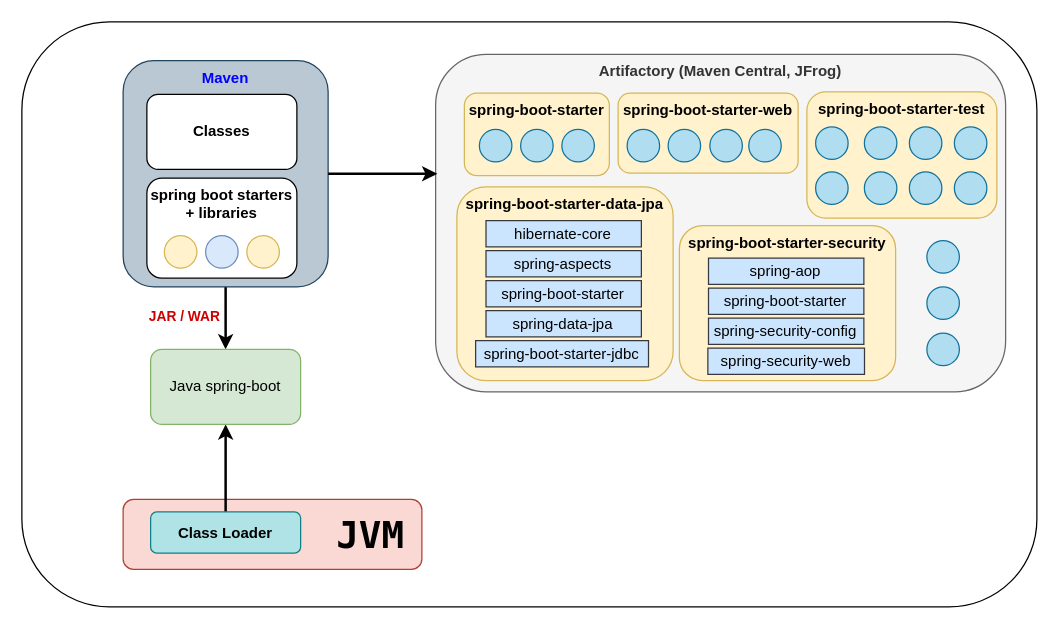
The draw.io diagram page "spring-boot-application" (3 of 9) of diagrams/spring.drawio in PreCyz/spring-and-boot-auto-configurer, before the edit. Source tidied: cells renumbered, new cells numbered last; positions are measured from the earlier drawing's top-left corner, leaving out a move shared by most shapes. Both pictures are drawn from the tidied source at 125%, with x=0, y=0 at pixel (21, 21).
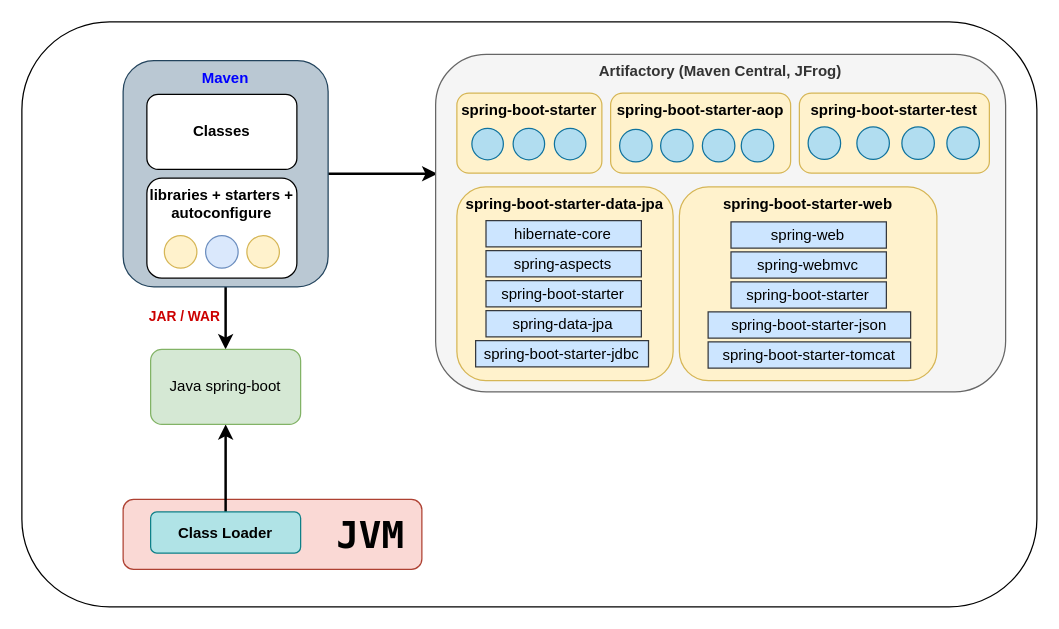
Above is the later version.

Commit message (it also covers changes not shown here):
Update to the starter and autoconfigure.

Change to the diagram source:
```diff
@@
-    <mxCell id="8" style="group;" parent="1" vertex="1">
-      <mxGeometry x="81" y="31" width="164" height="181" as="geometry" />
-    </mxCell>
-    <mxCell id="9" value="Maven" style="rounded=1;whiteSpace=wrap;html=1;verticalAlign=top;fontStyle=1;fillColor=#bac8d3;strokeColor=#23445d;fontColor=#0000FF;" parent="8" vertex="1">
-      <mxGeometry width="164" height="181" as="geometry" />
-    </mxCell>
-    <mxCell id="10" value="Classes" style="rounded=1;whiteSpace=wrap;html=1;fontStyle=1;" parent="8" vertex="1">
-      <mxGeometry x="19" y="27" width="120" height="60" as="geometry" />
-    </mxCell>
-    <mxCell id="11" style="group;" parent="8" vertex="1">
-      <mxGeometry x="19" y="94" width="120" height="80" as="geometry" />
-    </mxCell>
-    <mxCell id="12" value="spring boot starters + libraries" style="rounded=1;whiteSpace=wrap;html=1;verticalAlign=top;fontStyle=1;" parent="11" vertex="1">
-      <mxGeometry width="120" height="80" as="geometry" />
-    </mxCell>
-    <mxCell id="13" style="ellipse;whiteSpace=wrap;html=1;fillColor=#fff2cc;strokeColor=#d6b656;" parent="11" vertex="1">
-      <mxGeometry x="14" y="46" width="26" height="26" as="geometry" />
-    </mxCell>
-    <mxCell id="14" style="ellipse;whiteSpace=wrap;html=1;fillColor=#dae8fc;strokeColor=#6c8ebf;" parent="11" vertex="1">
-      <mxGeometry x="47" y="46" width="26" height="26" as="geometry" />
-    </mxCell>
-    <mxCell id="15" style="ellipse;whiteSpace=wrap;html=1;fillColor=#fff2cc;strokeColor=#d6b656;" parent="11" vertex="1">
-      <mxGeometry x="80" y="46" width="26" height="26" as="geometry" />
-    </mxCell>
-    <mxCell id="16" style="group;" parent="1" vertex="1">
-      <mxGeometry x="331" y="26" width="456" height="270" as="geometry" />
-    </mxCell>
+    <mxCell id="55" style="edgeStyle=orthogonalEdgeStyle;rounded=0;jettySize=auto;html=1;entryX=0.003;entryY=0.354;entryDx=0;entryDy=0;entryPerimeter=0;strokeWidth=2;" parent="1" edge="1" source="9" target="17">
+      <mxGeometry relative="1" as="geometry" />
+    </mxCell>
-    <mxCell id="17" value="Artifactory (Maven Central, JFrog)" style="rounded=1;whiteSpace=wrap;html=1;verticalAlign=top;fontStyle=1;fillColor=#f5f5f5;fontColor=#333333;strokeColor=#666666;" parent="16" vertex="1">
-      <mxGeometry width="456" height="270" as="geometry" />
+    <mxCell id="17" value="Artifactory (Maven Central, JFrog)" style="rounded=1;whiteSpace=wrap;html=1;verticalAlign=top;fontStyle=1;fillColor=#f5f5f5;fontColor=#333333;strokeColor=#666666;" parent="1" vertex="1">
+      <mxGeometry x="331" y="26" width="456" height="270" as="geometry" />
     </mxCell>
-    <mxCell id="18" style="group;" parent="16" vertex="1">
-      <mxGeometry x="23" y="31" width="116" height="66" as="geometry" />
+    <mxCell id="18" style="group;" parent="1" vertex="1">
+      <mxGeometry x="348" y="57" width="133" height="64" as="geometry" />
     </mxCell>
     <mxCell id="19" value="spring-boot-starter" style="rounded=1;whiteSpace=wrap;html=1;fillColor=#fff2cc;strokeColor=#d6b656;verticalAlign=top;fontStyle=1;" parent="18" vertex="1">
-      <mxGeometry width="116" height="66" as="geometry" />
+      <mxGeometry width="116" height="64" as="geometry" />
     </mxCell>
     <mxCell id="20" style="ellipse;whiteSpace=wrap;html=1;fillColor=#b1ddf0;strokeColor=#10739e;fontStyle=1;" parent="18" vertex="1">
-      <mxGeometry x="12" y="29" width="26" height="26" as="geometry" />
+      <mxGeometry x="12" y="28.1" width="25.2" height="25.2" as="geometry" />
     </mxCell>
     <mxCell id="21" style="ellipse;whiteSpace=wrap;html=1;fillColor=#b1ddf0;strokeColor=#10739e;fontStyle=1;" parent="18" vertex="1">
-      <mxGeometry x="45" y="29" width="26" height="26" as="geometry" />
+      <mxGeometry x="45" y="28.1" width="25.2" height="25.2" as="geometry" />
     </mxCell>
     <mxCell id="22" style="ellipse;whiteSpace=wrap;html=1;fillColor=#b1ddf0;strokeColor=#10739e;fontStyle=1;" parent="18" vertex="1">
-      <mxGeometry x="78" y="29" width="26" height="26" as="geometry" />
+      <mxGeometry x="78" y="28.1" width="25.2" height="25.2" as="geometry" />
     </mxCell>
-    <mxCell id="23" style="group;" parent="16" vertex="1">
-      <mxGeometry x="146" y="31" width="144" height="64" as="geometry" />
+    <mxCell id="23" style="group;" parent="1" vertex="1">
+      <mxGeometry x="471" y="57" width="144" height="64" as="geometry" />
     </mxCell>
-    <mxCell id="24" value="spring-boot-starter-web" style="rounded=1;whiteSpace=wrap;html=1;fillColor=#fff2cc;strokeColor=#d6b656;verticalAlign=top;fontStyle=1;" parent="23" vertex="1">
+    <mxCell id="24" value="spring-boot-starter-aop" style="rounded=1;whiteSpace=wrap;html=1;fillColor=#fff2cc;strokeColor=#d6b656;verticalAlign=top;fontStyle=1;" parent="23" vertex="1">
       <mxGeometry width="144" height="64" as="geometry" />
     </mxCell>
@@
-    <mxCell id="29" style="group;" parent="16" vertex="1">
-      <mxGeometry x="17" y="106" width="173" height="155" as="geometry" />
+    <mxCell id="29" style="group;" parent="1" vertex="1">
+      <mxGeometry x="348" y="132" width="173" height="155" as="geometry" />
     </mxCell>
@@
-    <mxCell id="36" style="group;" parent="16" vertex="1">
-      <mxGeometry x="195" y="137" width="173" height="124" as="geometry" />
-    </mxCell>
+    <mxCell id="56" style="group;" parent="1" vertex="1">
+      <mxGeometry x="622" y="57" width="152" height="64" as="geometry" />
+    </mxCell>
+    <mxCell id="43" value="spring-boot-starter-test" style="rounded=1;whiteSpace=wrap;html=1;fillColor=#fff2cc;strokeColor=#d6b656;verticalAlign=top;fontStyle=1;" parent="56" vertex="1">
+      <mxGeometry width="152" height="64" as="geometry" />
+    </mxCell>
+    <mxCell id="44" style="ellipse;whiteSpace=wrap;html=1;fillColor=#b1ddf0;strokeColor=#10739e;" parent="56" vertex="1">
+      <mxGeometry x="7" y="27" width="26" height="26" as="geometry" />
+    </mxCell>
+    <mxCell id="45" style="ellipse;whiteSpace=wrap;html=1;fillColor=#b1ddf0;strokeColor=#10739e;" parent="56" vertex="1">
+      <mxGeometry x="46" y="27" width="26" height="26" as="geometry" />
+    </mxCell>
+    <mxCell id="46" style="ellipse;whiteSpace=wrap;html=1;fillColor=#b1ddf0;strokeColor=#10739e;" parent="56" vertex="1">
+      <mxGeometry x="82" y="27" width="26" height="26" as="geometry" />
+    </mxCell>
+    <mxCell id="50" style="ellipse;whiteSpace=wrap;html=1;fillColor=#b1ddf0;strokeColor=#10739e;" parent="56" vertex="1">
+      <mxGeometry x="118" y="27" width="26" height="26" as="geometry" />
+    </mxCell>
+    <mxCell id="57" style="group;" parent="1" vertex="1">
+      <mxGeometry x="526" y="132" width="206" height="155" as="geometry" />
+    </mxCell>
-    <mxCell id="37" value="spring-boot-starter-security" style="rounded=1;whiteSpace=wrap;html=1;fillColor=#fff2cc;strokeColor=#d6b656;verticalAlign=top;fontStyle=1;" parent="36" vertex="1">
-      <mxGeometry width="173" height="124" as="geometry" />
+    <mxCell id="37" value="spring-boot-starter-web" style="rounded=1;whiteSpace=wrap;html=1;fillColor=#fff2cc;strokeColor=#d6b656;verticalAlign=top;fontStyle=1;" parent="57" vertex="1">
+      <mxGeometry width="206" height="155" as="geometry" />
     </mxCell>
-    <mxCell id="38" value="spring-aop" style="rounded=0;whiteSpace=wrap;html=1;fillColor=#cce5ff;strokeColor=#36393d;fontStyle=0;" parent="36" vertex="1">
-      <mxGeometry x="23.3" y="26" width="124.3" height="21" as="geometry" />
+    <mxCell id="38" value="spring-webmvc" style="rounded=0;whiteSpace=wrap;html=1;fillColor=#cce5ff;strokeColor=#36393d;fontStyle=0;" parent="57" vertex="1">
+      <mxGeometry x="41.3" y="52" width="124.3" height="21" as="geometry" />
     </mxCell>
-    <mxCell id="39" value="spring-boot-starter" style="rounded=0;whiteSpace=wrap;html=1;fillColor=#cce5ff;strokeColor=#36393d;fontStyle=0;" parent="36" vertex="1">
-      <mxGeometry x="23.3" y="50" width="124.3" height="21" as="geometry" />
+    <mxCell id="39" value="spring-boot-starter" style="rounded=0;whiteSpace=wrap;html=1;fillColor=#cce5ff;strokeColor=#36393d;fontStyle=0;" parent="57" vertex="1">
+      <mxGeometry x="41.3" y="76" width="124.3" height="21" as="geometry" />
     </mxCell>
-    <mxCell id="40" value="spring-security-web" style="rounded=0;whiteSpace=wrap;html=1;fillColor=#cce5ff;strokeColor=#36393d;fontStyle=0;" parent="36" vertex="1">
-      <mxGeometry x="22.8" y="98" width="125.3" height="21" as="geometry" />
+    <mxCell id="40" value="spring-boot-starter-tomcat" style="rounded=0;whiteSpace=wrap;html=1;fillColor=#cce5ff;strokeColor=#36393d;fontStyle=0;" parent="57" vertex="1">
+      <mxGeometry x="23" y="124" width="162" height="21" as="geometry" />
     </mxCell>
-    <mxCell id="41" value="spring-security-config" style="rounded=0;whiteSpace=wrap;html=1;fillColor=#cce5ff;strokeColor=#36393d;fontStyle=0;" parent="36" vertex="1">
-      <mxGeometry x="23.3" y="74" width="124.3" height="21" as="geometry" />
+    <mxCell id="41" value="spring-boot-starter-json" style="rounded=0;whiteSpace=wrap;html=1;fillColor=#cce5ff;strokeColor=#36393d;fontStyle=0;" parent="57" vertex="1">
+      <mxGeometry x="23" y="100" width="162" height="21" as="geometry" />
     </mxCell>
-    <mxCell id="42" style="group;" parent="16" vertex="1">
-      <mxGeometry x="297" y="30" width="152" height="101" as="geometry" />
-    </mxCell>
-    <mxCell id="43" value="spring-boot-starter-test" style="rounded=1;whiteSpace=wrap;html=1;fillColor=#fff2cc;strokeColor=#d6b656;verticalAlign=top;fontStyle=1;" parent="42" vertex="1">
-      <mxGeometry width="152" height="101" as="geometry" />
-    </mxCell>
-    <mxCell id="44" style="ellipse;whiteSpace=wrap;html=1;fillColor=#b1ddf0;strokeColor=#10739e;" parent="42" vertex="1">
-      <mxGeometry x="7" y="28" width="26" height="26" as="geometry" />
-    </mxCell>
-    <mxCell id="45" style="ellipse;whiteSpace=wrap;html=1;fillColor=#b1ddf0;strokeColor=#10739e;" parent="42" vertex="1">
-      <mxGeometry x="46" y="28" width="26" height="26" as="geometry" />
-    </mxCell>
-    <mxCell id="46" style="ellipse;whiteSpace=wrap;html=1;fillColor=#b1ddf0;strokeColor=#10739e;" parent="42" vertex="1">
-      <mxGeometry x="82" y="28" width="26" height="26" as="geometry" />
-    </mxCell>
-    <mxCell id="47" style="ellipse;whiteSpace=wrap;html=1;fillColor=#b1ddf0;strokeColor=#10739e;" parent="42" vertex="1">
-      <mxGeometry x="7" y="64" width="26" height="26" as="geometry" />
-    </mxCell>
-    <mxCell id="48" style="ellipse;whiteSpace=wrap;html=1;fillColor=#b1ddf0;strokeColor=#10739e;" parent="42" vertex="1">
-      <mxGeometry x="46" y="64" width="26" height="26" as="geometry" />
-    </mxCell>
-    <mxCell id="49" style="ellipse;whiteSpace=wrap;html=1;fillColor=#b1ddf0;strokeColor=#10739e;" parent="42" vertex="1">
-      <mxGeometry x="82" y="64" width="26" height="26" as="geometry" />
-    </mxCell>
-    <mxCell id="50" style="ellipse;whiteSpace=wrap;html=1;fillColor=#b1ddf0;strokeColor=#10739e;" parent="42" vertex="1">
-      <mxGeometry x="118" y="28" width="26" height="26" as="geometry" />
-    </mxCell>
-    <mxCell id="51" style="ellipse;whiteSpace=wrap;html=1;fillColor=#b1ddf0;strokeColor=#10739e;" parent="42" vertex="1">
-      <mxGeometry x="118" y="64" width="26" height="26" as="geometry" />
-    </mxCell>
-    <mxCell id="52" style="ellipse;whiteSpace=wrap;html=1;fillColor=#b1ddf0;strokeColor=#10739e;fontStyle=1;" parent="16" vertex="1">
-      <mxGeometry x="393" y="149" width="26" height="26" as="geometry" />
-    </mxCell>
-    <mxCell id="53" style="ellipse;whiteSpace=wrap;html=1;fillColor=#b1ddf0;strokeColor=#10739e;fontStyle=1;" parent="16" vertex="1">
-      <mxGeometry x="393" y="186" width="26" height="26" as="geometry" />
-    </mxCell>
-    <mxCell id="54" style="ellipse;whiteSpace=wrap;html=1;fillColor=#b1ddf0;strokeColor=#10739e;fontStyle=1;" parent="16" vertex="1">
-      <mxGeometry x="393" y="223" width="26" height="26" as="geometry" />
-    </mxCell>
-    <mxCell id="55" style="edgeStyle=orthogonalEdgeStyle;rounded=0;jettySize=auto;html=1;entryX=0.003;entryY=0.354;entryDx=0;entryDy=0;entryPerimeter=0;strokeWidth=2;" parent="1" edge="1" source="9" target="17">
-      <mxGeometry relative="1" as="geometry" />
-    </mxCell>
+    <mxCell id="58" value="spring-web" style="rounded=0;whiteSpace=wrap;html=1;fillColor=#cce5ff;strokeColor=#36393d;fontStyle=0;" parent="57" vertex="1">
+      <mxGeometry x="41.3" y="28" width="124.3" height="21" as="geometry" />
+    </mxCell>
+    <mxCell id="9" value="Maven" style="rounded=1;whiteSpace=wrap;html=1;verticalAlign=top;fontStyle=1;fillColor=#bac8d3;strokeColor=#23445d;fontColor=#0000FF;" parent="1" vertex="1">
+      <mxGeometry x="81" y="31" width="164" height="181" as="geometry" />
+    </mxCell>
+    <mxCell id="10" value="Classes" style="rounded=1;whiteSpace=wrap;html=1;fontStyle=1;" parent="1" vertex="1">
+      <mxGeometry x="100" y="58" width="120" height="60" as="geometry" />
+    </mxCell>
+    <mxCell id="12" value="libraries + starters + autoconfigure" style="rounded=1;whiteSpace=wrap;html=1;verticalAlign=top;fontStyle=1;" parent="1" vertex="1">
+      <mxGeometry x="100" y="125" width="120" height="80" as="geometry" />
+    </mxCell>
+    <mxCell id="13" style="ellipse;whiteSpace=wrap;html=1;fillColor=#fff2cc;strokeColor=#d6b656;" parent="1" vertex="1">
+      <mxGeometry x="114" y="171" width="26" height="26" as="geometry" />
+    </mxCell>
+    <mxCell id="14" style="ellipse;whiteSpace=wrap;html=1;fillColor=#dae8fc;strokeColor=#6c8ebf;" parent="1" vertex="1">
+      <mxGeometry x="147" y="171" width="26" height="26" as="geometry" />
+    </mxCell>
+    <mxCell id="15" style="ellipse;whiteSpace=wrap;html=1;fillColor=#fff2cc;strokeColor=#d6b656;" parent="1" vertex="1">
+      <mxGeometry x="180" y="171" width="26" height="26" as="geometry" />
+    </mxCell>
```
